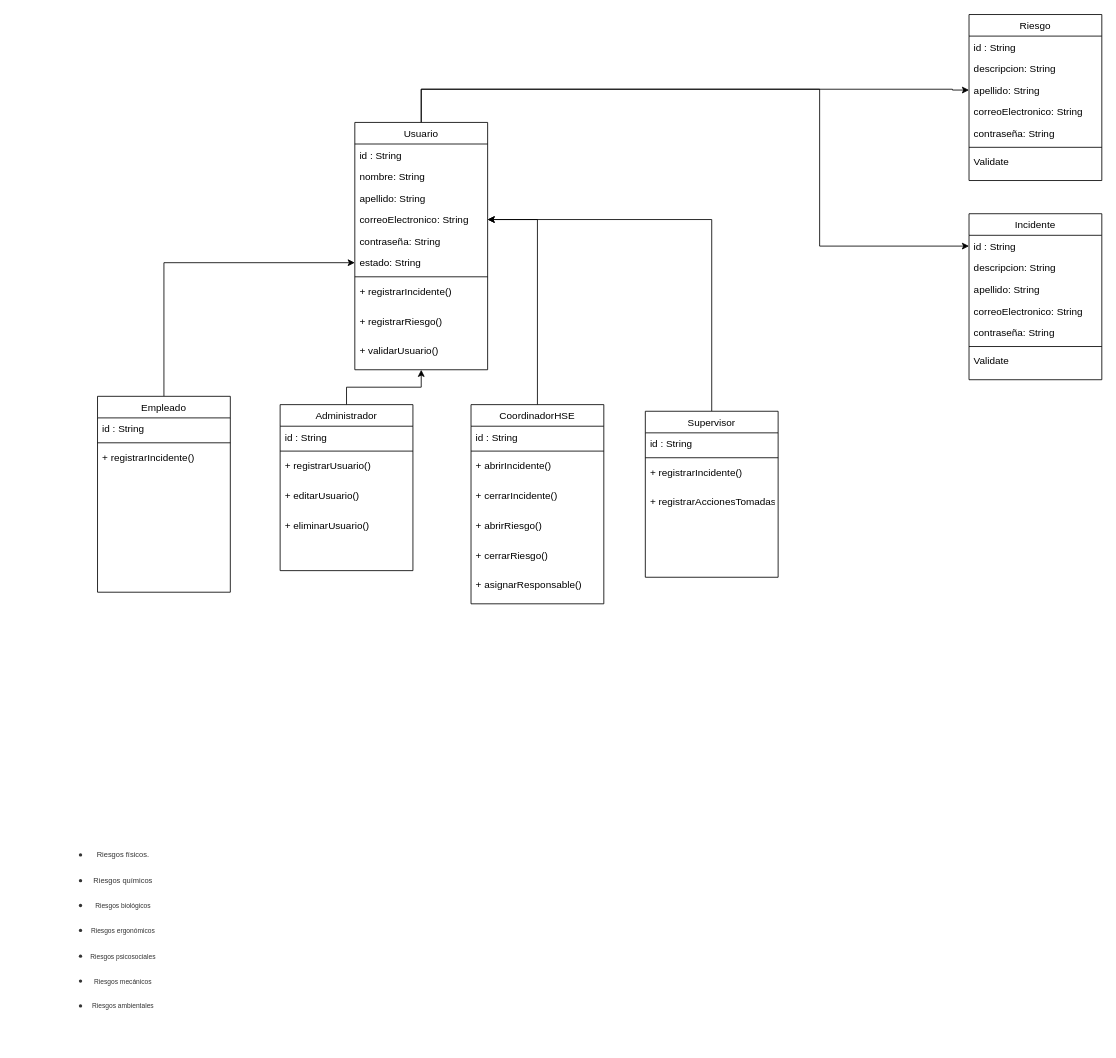
Before: page "Dennis Rodriguez" (2 of 5) of Untitled Diagram.drawio in dpeter1290/riesgoseincidentesSST, a draw.io diagram. Source tidied: cells renumbered, new cells numbered last; positions are measured from the earlier drawing's top-left corner, leaving out a move shared by most shapes. Both pictures are drawn from the tidied source at 83%, with x=0, y=0 at pixel (14, 14).
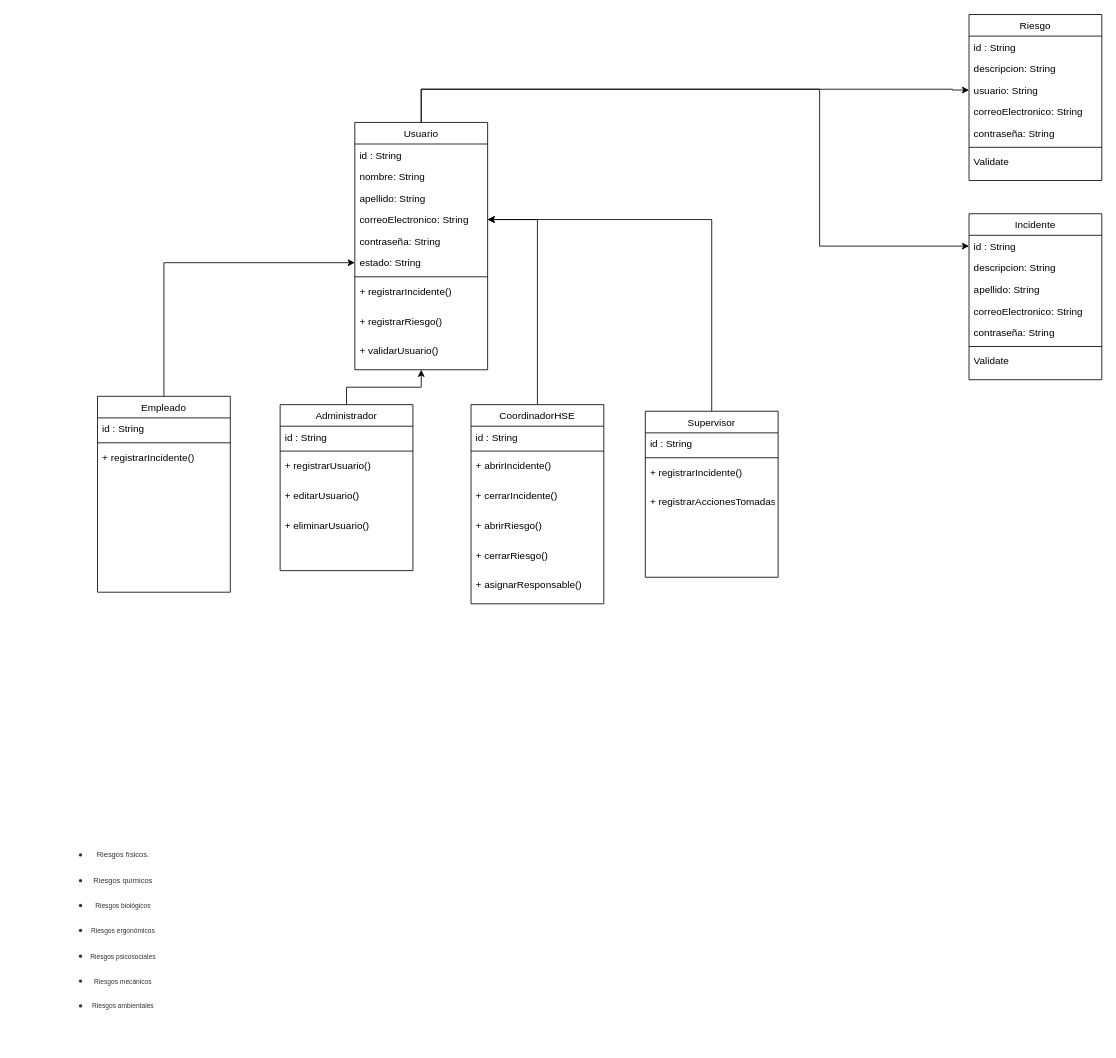
The same diagram, later.

The change refers to these unchanged cells:
```xml
<mxCell id="35" value="Riesgo" style="swimlane;fontStyle=0;align=center;verticalAlign=top;horizontal=1;startSize=26;rounded=0;shadow=0;strokeWidth=1;" parent="1" vertex="1">
  <mxGeometry x="1150" width="160" height="200" as="geometry" />
</mxCell>
```

Diff of the diagram source:
```diff
@@
-    <mxCell id="38" value="apellido: String" style="text;align=left;verticalAlign=top;spacingLeft=4;spacingRight=4;overflow=hidden;points=[[0,0.5],[1,0.5]];portConstraint=eastwest;rounded=0;shadow=0;html=0;" parent="35" vertex="1">
+    <mxCell id="38" value="usuario: String" style="text;align=left;verticalAlign=top;spacingLeft=4;spacingRight=4;overflow=hidden;points=[[0,0.5],[1,0.5]];portConstraint=eastwest;rounded=0;shadow=0;html=0;" parent="35" vertex="1">
       <mxGeometry y="78" width="160" height="26" as="geometry" />
     </mxCell>
```
